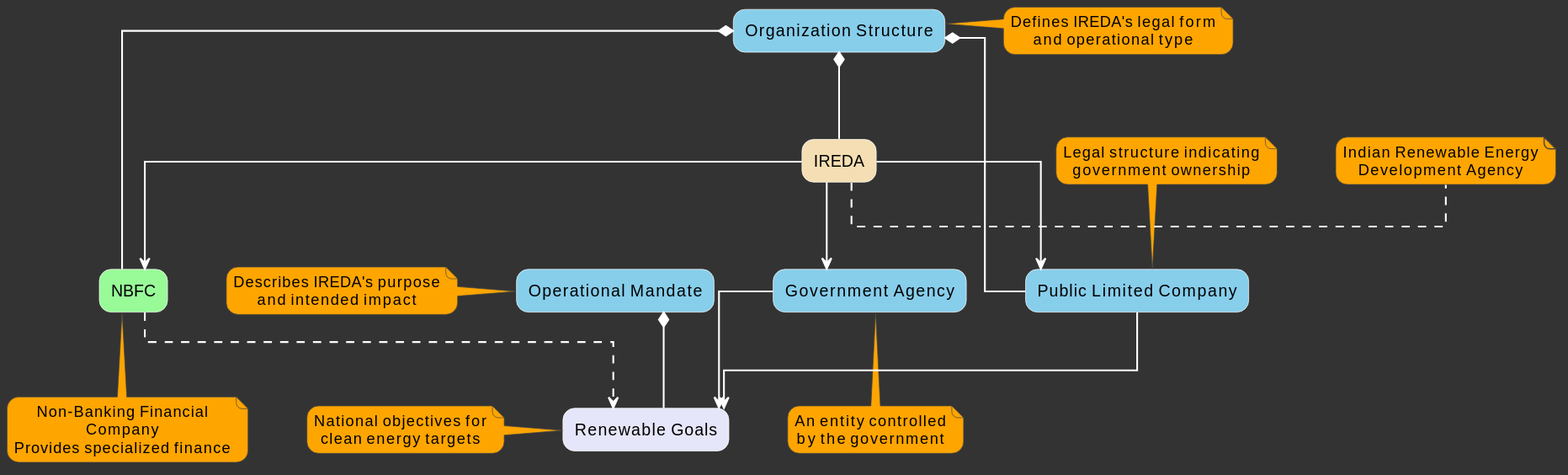
bolibazaar/upsc_sol_assets keeps this PlantUML diagram as tele_2.svg. Above is the earlier version. Its diagram source:
```plantuml
@startuml
allowmixing
skinparam backgroundColor #333333
skinparam linetype ortho
skinparam nodesep 50
skinparam ranksep 70
skinparam messageAlignment center
skinparam defaultTextAlignment center
skinparam noteBorderColor #444444
skinparam noteBackgroundColor #FFA500
skinparam ArrowColor white
skinparam ArrowThickness 1.5
skinparam wrapWidth 200
skinparam defaultFontName "Sans-Serif"
skinparam noteFontName "Sans-Serif"
skinparam roundCorner 20
skinparam shadowing false
skinparam defaultFontColor black
skinparam noteFontColor black
skinparam rectangleFontColor black
skinparam rectangleBorderColor white

rectangle "IREDA" #F5DEB3
rectangle "NBFC" #98FB98
rectangle "Public Limited Company" #87CEEB
rectangle "Renewable Goals" #E6E6FA
rectangle "Organization Structure" #87CEEB
rectangle "Operational Mandate" #87CEEB
rectangle "Government Agency" #87CEEB

"Organization Structure" *-- "IREDA"
"Organization Structure" *-- "Public Limited Company"
"Organization Structure" *-- "NBFC"

"Operational Mandate" *-- "Renewable Goals"

"IREDA" --> "NBFC"
"IREDA" --> "Public Limited Company"
"IREDA" --> "Government Agency"

"Public Limited Company" ==> "Renewable Goals"
"NBFC" ..> "Renewable Goals"
"Government Agency" ==> "Renewable Goals"

note right of "IREDA"
  Indian Renewable Energy
  Development Agency
end note

note bottom of "NBFC"
  Non-Banking Financial Company
  Provides specialized finance
end note

note top of "Public Limited Company"
  Legal structure indicating
  government ownership
end note

note left of "Renewable Goals"
  National objectives for
  clean energy targets
end note

note right of "Organization Structure"
  Defines IREDA's legal form
  and operational type
end note

note left of "Operational Mandate"
  Describes IREDA's purpose
  and intended impact
end note

note bottom of "Government Agency"
  An entity controlled
  by the government
end note
@enduml
```
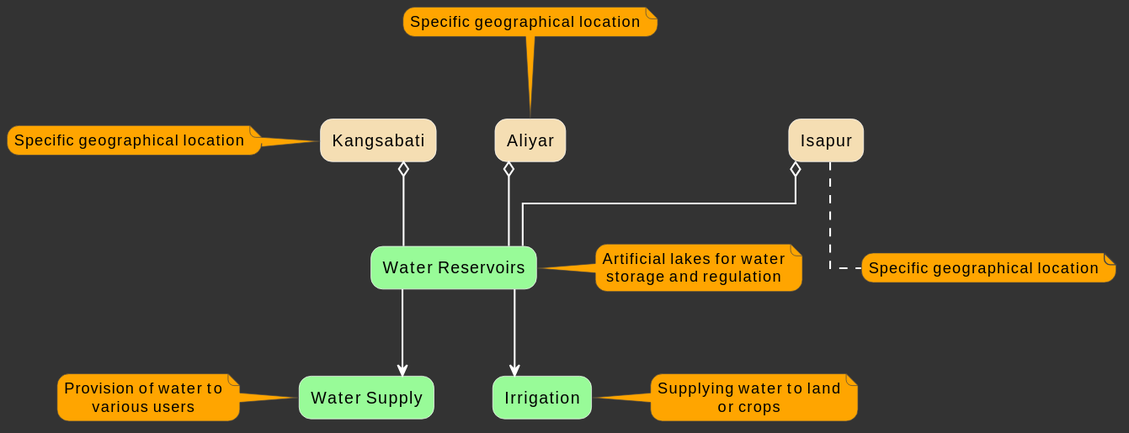
After the commit.

The edit, as a diff of the source:
```diff
@@ -20,60 +20,45 @@
 skinparam rectangleFontColor black
 skinparam rectangleBorderColor white
 
-rectangle "IREDA" #F5DEB3
-rectangle "NBFC" #98FB98
-rectangle "Public Limited Company" #87CEEB
-rectangle "Renewable Goals" #E6E6FA
-rectangle "Organization Structure" #87CEEB
-rectangle "Operational Mandate" #87CEEB
-rectangle "Government Agency" #87CEEB
+rectangle "Aliyar" #F5DEB3
+rectangle "Isapur" #F5DEB3
+rectangle "Kangsabati" #F5DEB3
 
-"Organization Structure" *-- "IREDA"
-"Organization Structure" *-- "Public Limited Company"
-"Organization Structure" *-- "NBFC"
+rectangle "Water Reservoirs" #98FB98
+rectangle "Irrigation" #98FB98
+rectangle "Water Supply" #98FB98
 
-"Operational Mandate" *-- "Renewable Goals"
+"Aliyar" o-- "Water Reservoirs"
+"Isapur" o-- "Water Reservoirs"
+"Kangsabati" o-- "Water Reservoirs"
 
-"IREDA" --> "NBFC"
-"IREDA" --> "Public Limited Company"
-"IREDA" --> "Government Agency"
+"Water Reservoirs" --> "Irrigation"
+"Water Reservoirs" --> "Water Supply"
 
-"Public Limited Company" ==> "Renewable Goals"
-"NBFC" ..> "Renewable Goals"
-"Government Agency" ==> "Renewable Goals"
-
-note right of "IREDA"
-  Indian Renewable Energy
-  Development Agency
+note top of "Aliyar"
+  Specific geographical location
 end note
 
-note bottom of "NBFC"
-  Non-Banking Financial Company
-  Provides specialized finance
+note right of "Water Reservoirs"
+  Artificial lakes for water
+  storage and regulation
 end note
 
-note top of "Public Limited Company"
-  Legal structure indicating
-  government ownership
+note bottom of "Isapur"
+  Specific geographical location
 end note
 
-note left of "Renewable Goals"
-  National objectives for
-  clean energy targets
+note right of "Irrigation"
+  Supplying water to land
+  or crops
 end note
 
-note right of "Organization Structure"
-  Defines IREDA's legal form
-  and operational type
+note left of "Kangsabati"
+  Specific geographical location
 end note
 
-note left of "Operational Mandate"
-  Describes IREDA's purpose
-  and intended impact
-end note
-
-note bottom of "Government Agency"
-  An entity controlled
-  by the government
+note left of "Water Supply"
+  Provision of water to
+  various users
 end note
 @enduml
```
